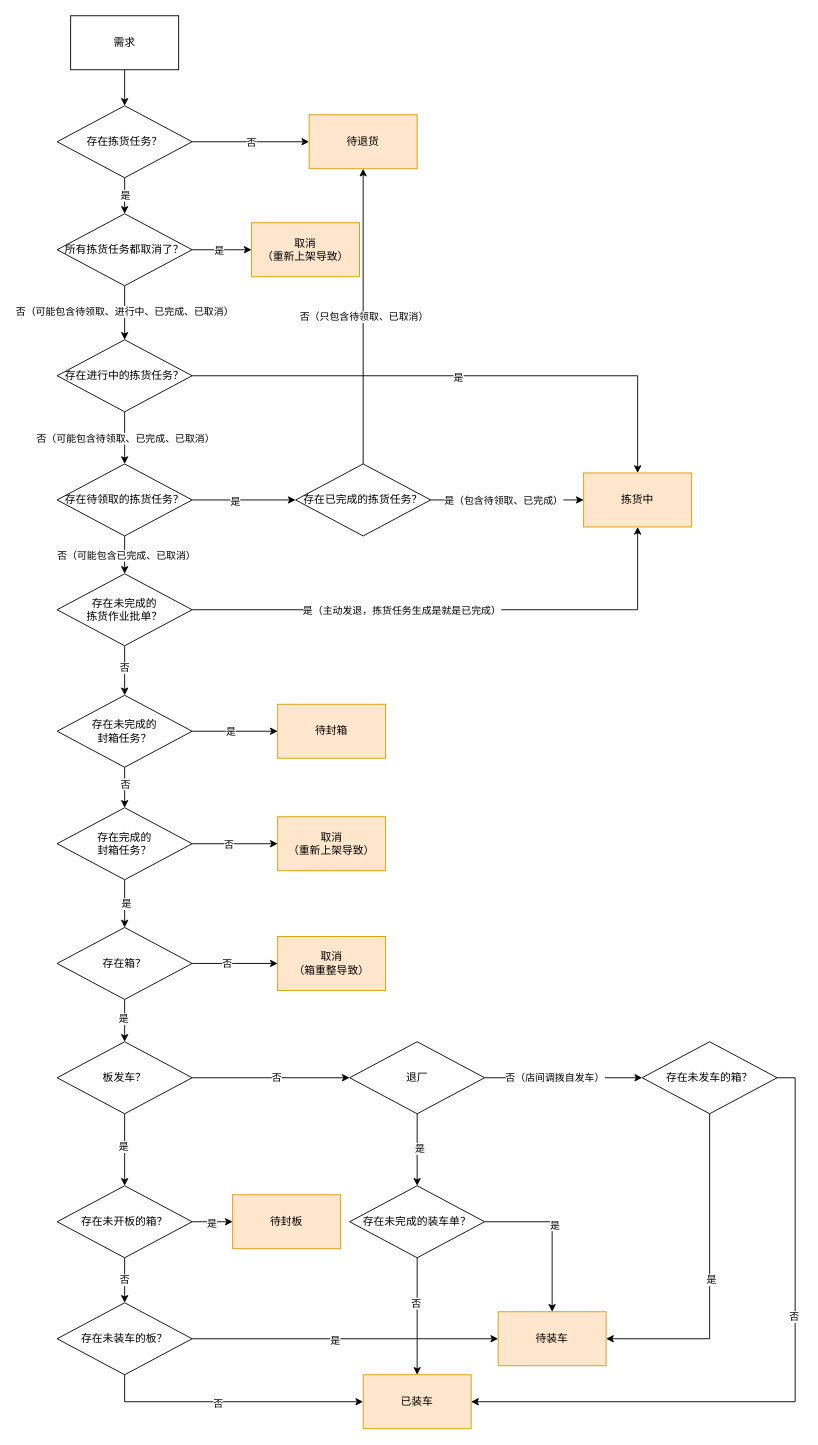
Above: page "需求状态" (7 of 7) of work/revert/产生拣货批单.drawio in aspojo/diagrams (draw.io), before the change. Source tidied: cells renumbered, new cells numbered last; positions are measured from the earlier drawing's top-left corner, leaving out a move shared by most shapes. Both pictures are drawn from the tidied source at 90%, with x=0, y=0 at pixel (57, 15).
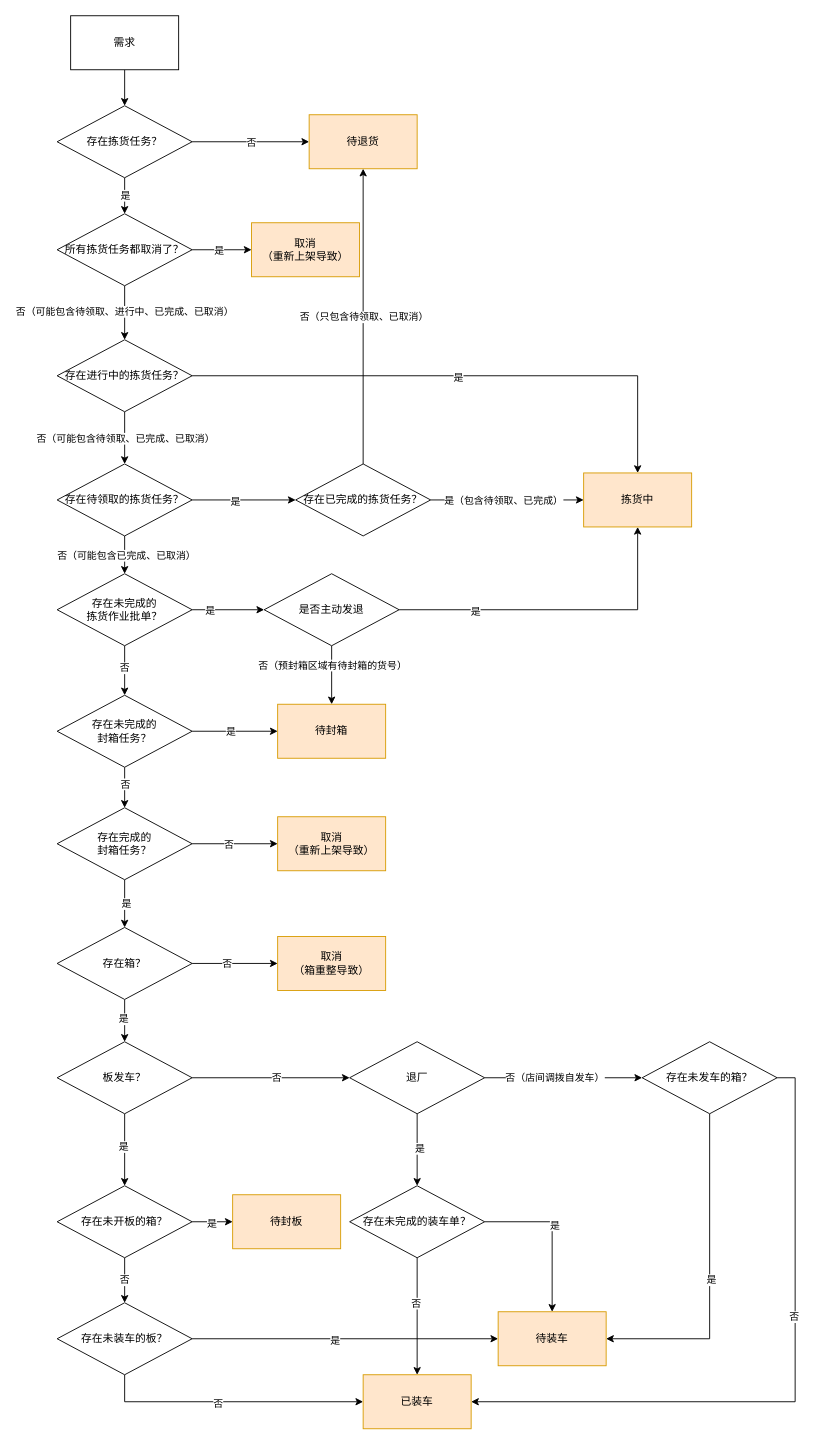
The same page after the edit.

Commit message:
更新产生拣货批单.drawio

Unchanged cells that the change refers to:
```xml
<mxCell id="9" value="待封箱" style="whiteSpace=wrap;html=1;fillColor=#ffe6cc;strokeColor=#d79b00;" parent="1" vertex="1">
  <mxGeometry x="245" y="765" width="120" height="60" as="geometry" />
</mxCell>
<mxCell id="72" value="拣货中" style="whiteSpace=wrap;html=1;fillColor=#ffe6cc;strokeColor=#d79b00;" parent="1" vertex="1">
  <mxGeometry x="585" y="508" width="120" height="60" as="geometry" />
</mxCell>
<mxCell id="82" value="存在未完成的&lt;br&gt;拣货作业批单？" style="rhombus;whiteSpace=wrap;html=1;" parent="1" vertex="1">
  <mxGeometry y="620" width="150" height="80" as="geometry" />
</mxCell>
```

Diff of the diagram source:
```diff
@@
-    <mxCell id="80" style="edgeStyle=orthogonalEdgeStyle;rounded=0;jettySize=auto;html=1;" parent="1" edge="1" source="82" target="72">
+    <mxCell id="80" style="edgeStyle=orthogonalEdgeStyle;rounded=0;jettySize=auto;html=1;" parent="1" edge="1" source="82" target="92">
       <mxGeometry relative="1" as="geometry" />
     </mxCell>
-    <mxCell id="81" value="是（主动发退，拣货任务生成是就是已完成）" style="edgeLabel;html=1;align=center;verticalAlign=middle;" parent="80" vertex="1">
+    <mxCell id="81" value="是" style="edgeLabel;html=1;align=center;verticalAlign=middle;" parent="80" vertex="1">
       <mxGeometry x="-0.16" relative="1" as="geometry">
         <mxPoint x="-15" as="offset" />
       </mxGeometry>
     </mxCell>
@@
+    <mxCell id="88" style="edgeStyle=orthogonalEdgeStyle;rounded=0;jettySize=auto;html=1;" parent="1" edge="1" source="92" target="72">
+      <mxGeometry relative="1" as="geometry" />
+    </mxCell>
+    <mxCell id="89" value="是" style="edgeLabel;html=1;align=center;verticalAlign=middle;" parent="88" vertex="1">
+      <mxGeometry x="-0.53" y="-1" relative="1" as="geometry" />
+    </mxCell>
+    <mxCell id="90" style="edgeStyle=orthogonalEdgeStyle;rounded=0;jettySize=auto;html=1;" parent="1" edge="1" source="92" target="9">
+      <mxGeometry relative="1" as="geometry" />
+    </mxCell>
+    <mxCell id="91" value="否（预封箱区域有待封箱的货号）" style="edgeLabel;html=1;align=center;verticalAlign=middle;" parent="90" vertex="1">
+      <mxGeometry x="-0.36" relative="1" as="geometry" />
+    </mxCell>
+    <mxCell id="92" value="是否主动发退" style="rhombus;whiteSpace=wrap;html=1;" parent="1" vertex="1">
+      <mxGeometry x="230" y="620" width="150" height="80" as="geometry" />
+    </mxCell>
```
